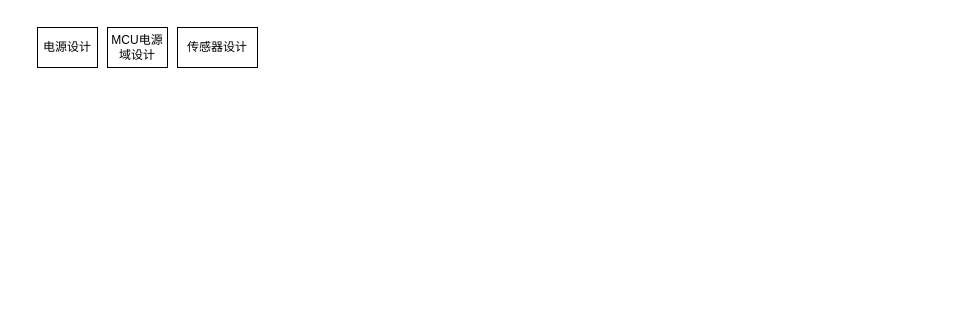
The draw.io diagram LLM/FLow.drawio in mailonghua/drawio, before the edit. Source tidied: cells renumbered, new cells numbered last; positions are measured from the earlier drawing's top-left corner, leaving out a move shared by most shapes. Both pictures are drawn from the tidied source at 100%, with x=0, y=0 at pixel (37, 27).
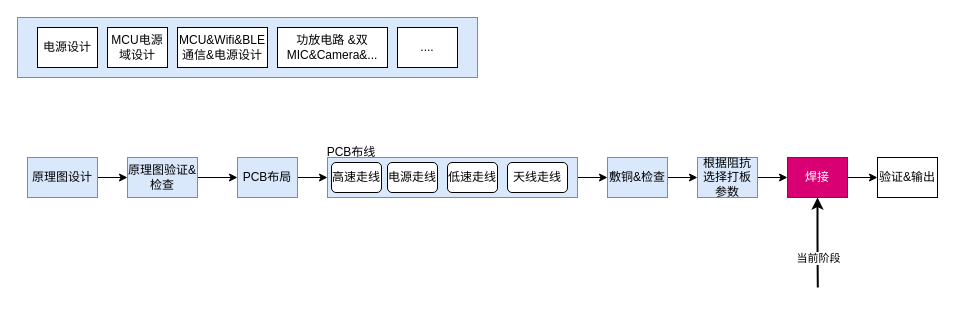
Above is the later version.

Change to the diagram source:
```diff
@@
+    <mxCell id="5" style="rounded=0;whiteSpace=wrap;html=1;fillColor=#dae8fc;strokeColor=#6c8ebf;" parent="1" vertex="1">
+      <mxGeometry x="-20" y="-10" width="460" height="60" as="geometry" />
+    </mxCell>
@@
-    <mxCell id="4" value="传感器设计" style="rounded=0;whiteSpace=wrap;html=1;" parent="1" vertex="1">
-      <mxGeometry x="140" width="80" height="40" as="geometry" />
+    <mxCell id="4" value="功放电路 &amp;amp;双MIC&amp;amp;Camera&amp;amp;..." style="rounded=0;whiteSpace=wrap;html=1;" parent="1" vertex="1">
+      <mxGeometry x="240" width="110" height="40" as="geometry" />
     </mxCell>
+    <mxCell id="6" value="MCU&amp;amp;Wifi&amp;amp;BLE&lt;div&gt;通信&amp;amp;电源设计&lt;/div&gt;" style="rounded=0;whiteSpace=wrap;html=1;" parent="1" vertex="1">
+      <mxGeometry x="140" width="90" height="40" as="geometry" />
+    </mxCell>
+    <mxCell id="7" value="...." style="rounded=0;whiteSpace=wrap;html=1;" parent="1" vertex="1">
+      <mxGeometry x="360" width="60" height="40" as="geometry" />
+    </mxCell>
+    <mxCell id="8" style="edgeStyle=orthogonalEdgeStyle;rounded=0;jettySize=auto;html=1;exitX=1;exitY=0.5;exitDx=0;exitDy=0;entryX=0;entryY=0.5;entryDx=0;entryDy=0;" parent="1" edge="1" source="9" target="11">
+      <mxGeometry relative="1" as="geometry" />
+    </mxCell>
+    <mxCell id="9" value="原理图设计" style="rounded=0;whiteSpace=wrap;html=1;fillColor=#dae8fc;strokeColor=#6c8ebf;" parent="1" vertex="1">
+      <mxGeometry x="-10" y="130" width="70" height="40" as="geometry" />
+    </mxCell>
+    <mxCell id="10" style="edgeStyle=orthogonalEdgeStyle;rounded=0;jettySize=auto;html=1;" parent="1" edge="1" source="11" target="13">
+      <mxGeometry relative="1" as="geometry" />
+    </mxCell>
+    <mxCell id="11" value="原理图验证&amp;amp;检查" style="rounded=0;whiteSpace=wrap;html=1;fillColor=#dae8fc;strokeColor=#6c8ebf;" parent="1" vertex="1">
+      <mxGeometry x="90" y="130" width="70" height="40" as="geometry" />
+    </mxCell>
+    <mxCell id="12" style="edgeStyle=orthogonalEdgeStyle;rounded=0;jettySize=auto;html=1;" parent="1" edge="1" source="13" target="15">
+      <mxGeometry relative="1" as="geometry" />
+    </mxCell>
+    <mxCell id="13" value="PCB布局" style="rounded=0;whiteSpace=wrap;html=1;fillColor=#dae8fc;strokeColor=#6c8ebf;" parent="1" vertex="1">
+      <mxGeometry x="200" y="130" width="60" height="40" as="geometry" />
+    </mxCell>
+    <mxCell id="14" style="edgeStyle=orthogonalEdgeStyle;rounded=0;jettySize=auto;html=1;" parent="1" edge="1" source="15" target="22">
+      <mxGeometry relative="1" as="geometry" />
+    </mxCell>
+    <mxCell id="15" style="rounded=0;whiteSpace=wrap;html=1;fillColor=#dae8fc;strokeColor=#6c8ebf;" parent="1" vertex="1">
+      <mxGeometry x="290" y="130" width="250" height="40" as="geometry" />
+    </mxCell>
+    <mxCell id="16" value="高速走线" style="rounded=1;whiteSpace=wrap;html=1;" parent="1" vertex="1">
+      <mxGeometry x="294" y="135" width="50" height="30" as="geometry" />
+    </mxCell>
+    <mxCell id="17" value="低速走线" style="rounded=1;whiteSpace=wrap;html=1;" parent="1" vertex="1">
+      <mxGeometry x="410" y="135" width="50" height="30" as="geometry" />
+    </mxCell>
+    <mxCell id="18" value="电源走线" style="rounded=1;whiteSpace=wrap;html=1;" parent="1" vertex="1">
+      <mxGeometry x="350" y="135" width="50" height="30" as="geometry" />
+    </mxCell>
+    <mxCell id="19" value="天线走线" style="rounded=1;whiteSpace=wrap;html=1;" parent="1" vertex="1">
+      <mxGeometry x="470" y="135" width="60" height="30" as="geometry" />
+    </mxCell>
+    <mxCell id="20" value="PCB布线" style="text;strokeColor=none;align=center;fillColor=none;html=1;verticalAlign=middle;whiteSpace=wrap;rounded=0;" parent="1" vertex="1">
+      <mxGeometry x="284" y="110" width="60" height="30" as="geometry" />
+    </mxCell>
+    <mxCell id="21" style="edgeStyle=orthogonalEdgeStyle;rounded=0;jettySize=auto;html=1;" parent="1" edge="1" source="22" target="24">
+      <mxGeometry relative="1" as="geometry" />
+    </mxCell>
+    <mxCell id="22" value="敷铜&amp;amp;检查" style="whiteSpace=wrap;html=1;rounded=0;fillColor=#dae8fc;strokeColor=#6c8ebf;" parent="1" vertex="1">
+      <mxGeometry x="570" y="130" width="60" height="40" as="geometry" />
+    </mxCell>
+    <mxCell id="23" style="edgeStyle=orthogonalEdgeStyle;rounded=0;jettySize=auto;html=1;" parent="1" edge="1" source="24" target="28">
+      <mxGeometry relative="1" as="geometry" />
+    </mxCell>
+    <mxCell id="24" value="根据阻抗选择打板参数" style="whiteSpace=wrap;html=1;rounded=0;fillColor=#dae8fc;strokeColor=#6c8ebf;" parent="1" vertex="1">
+      <mxGeometry x="660" y="130" width="60" height="40" as="geometry" />
+    </mxCell>
+    <mxCell id="25" style="edgeStyle=orthogonalEdgeStyle;rounded=0;jettySize=auto;html=1;" parent="1" edge="1" source="28" target="29">
+      <mxGeometry relative="1" as="geometry" />
+    </mxCell>
+    <mxCell id="26" style="edgeStyle=orthogonalEdgeStyle;rounded=0;jettySize=auto;html=1;exitX=0.5;exitY=1;exitDx=0;exitDy=0;startArrow=classic;startFill=1;endArrow=none;endFill=0;strokeWidth=2;" parent="1" edge="1" source="28">
+      <mxGeometry relative="1" as="geometry">
+        <mxPoint x="780.3" y="260" as="targetPoint" />
+      </mxGeometry>
+    </mxCell>
+    <mxCell id="27" value="当前阶段" style="edgeLabel;html=1;align=center;verticalAlign=middle;" parent="26" vertex="1">
+      <mxGeometry x="0.85" y="1" relative="1" as="geometry">
+        <mxPoint x="-1" y="-23" as="offset" />
+      </mxGeometry>
+    </mxCell>
+    <mxCell id="28" value="焊接" style="whiteSpace=wrap;html=1;rounded=0;fillColor=#d80073;fontColor=#ffffff;strokeColor=#A50040;" parent="1" vertex="1">
+      <mxGeometry x="750" y="130" width="60" height="40" as="geometry" />
+    </mxCell>
+    <mxCell id="29" value="验证&amp;amp;输出" style="whiteSpace=wrap;html=1;rounded=0;" parent="1" vertex="1">
+      <mxGeometry x="840" y="130" width="60" height="40" as="geometry" />
+    </mxCell>
```
